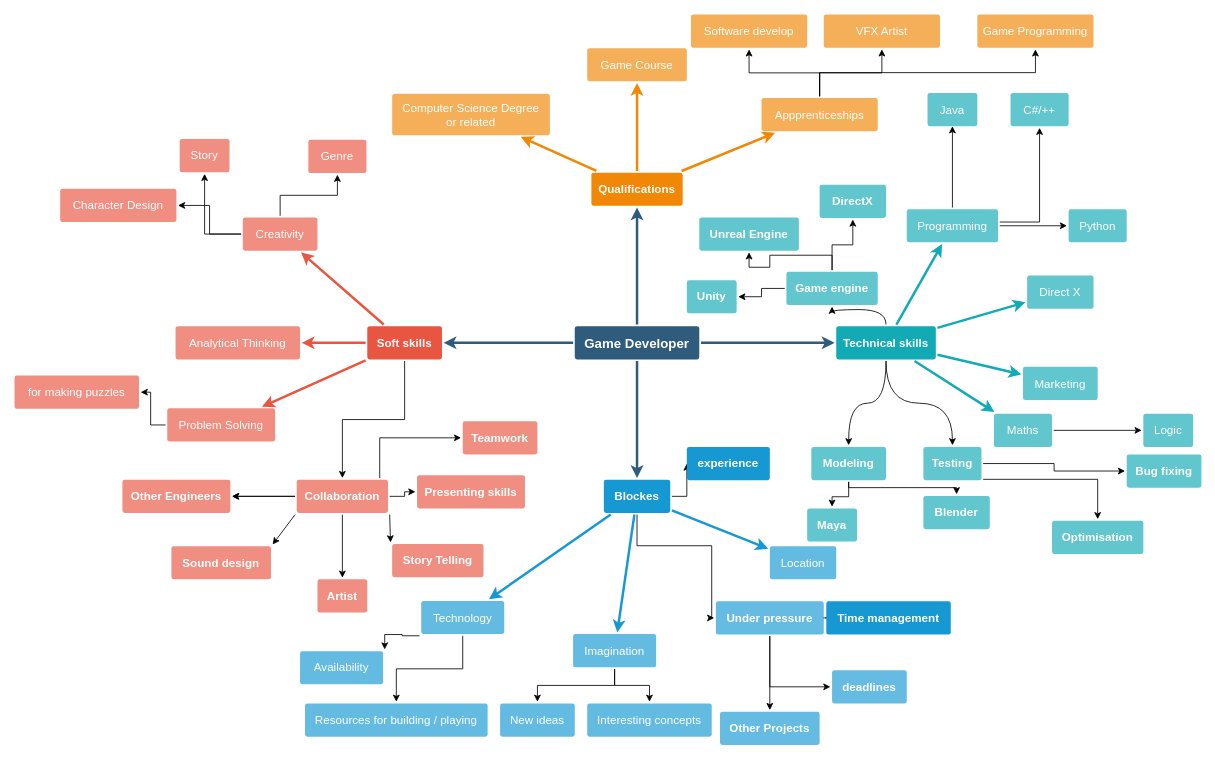
Earlier version of the draw.io diagram Week 8.drawio (luotn/CN6007). Source tidied: cells renumbered, new cells numbered last; positions are measured from the earlier drawing's top-left corner, leaving out a move shared by most shapes. Both pictures are drawn from the tidied source at 83%, with x=0, y=0 at pixel (14, 14).
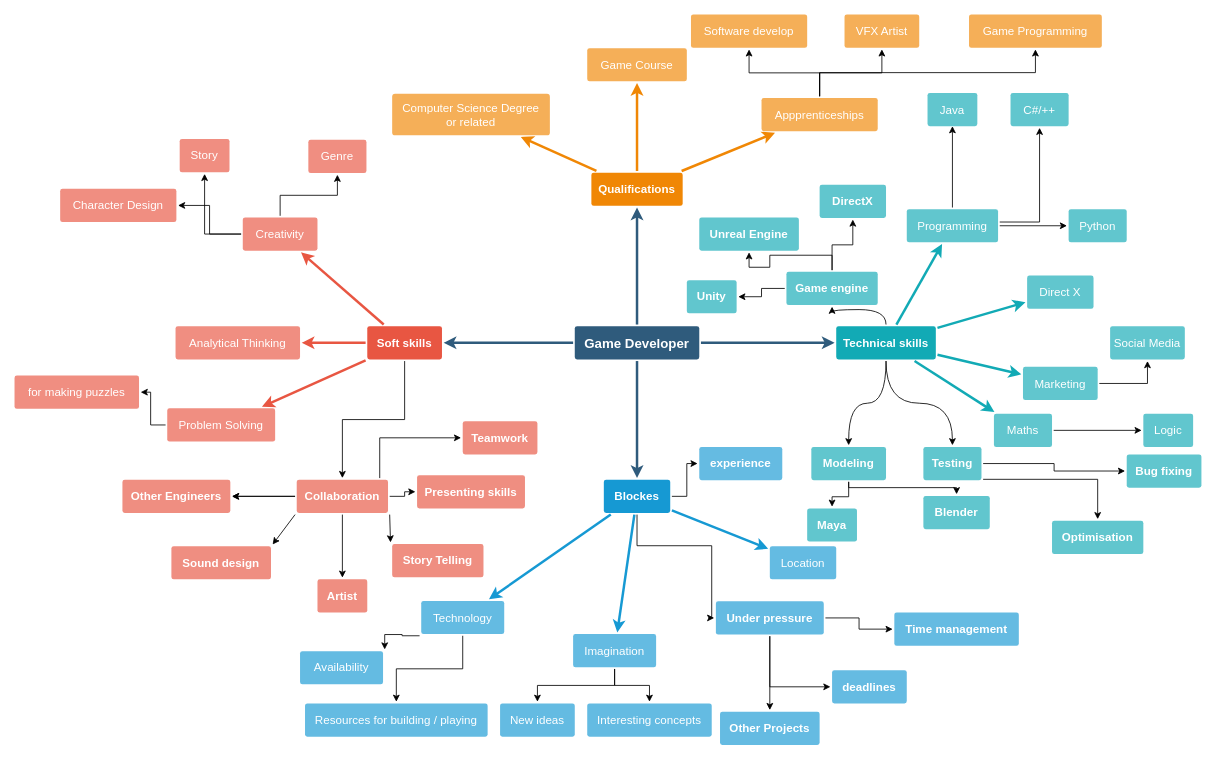
The same page after the edit.

Unchanged cells that the change refers to:
```xml
<mxCell id="49" value="Marketing" style="rounded=1;whiteSpace=wrap;html=1;shadow=0;labelBackgroundColor=none;strokeColor=none;strokeWidth=3;fillColor=#61c6ce;fontFamily=Helvetica;fontSize=14;fontColor=#FFFFFF;align=center;spacing=5;fontStyle=0;arcSize=7;perimeterSpacing=2;" parent="1" vertex="1">
  <mxGeometry x="1215" y="424.5" width="90" height="40" as="geometry" />
</mxCell>
```

What changed in the source:
```diff
@@
+    <mxCell id="112" style="edgeStyle=orthogonalEdgeStyle;rounded=0;jettySize=auto;html=1;" parent="1" edge="1" source="49" target="113">
+      <mxGeometry relative="1" as="geometry" />
+    </mxCell>
@@
-    <mxCell id="84" value="Time management" style="rounded=1;whiteSpace=wrap;html=1;shadow=0;labelBackgroundColor=none;strokeColor=none;strokeWidth=3;fillColor=#1699d3;fontFamily=Helvetica;fontSize=14;fontColor=#FFFFFF;align=center;spacing=5;fontStyle=1;arcSize=7;perimeterSpacing=2;" parent="1" vertex="1">
-      <mxGeometry x="978" y="707" width="150" height="40" as="geometry" />
+    <mxCell id="84" value="Time management" style="rounded=1;whiteSpace=wrap;html=1;shadow=0;labelBackgroundColor=none;strokeColor=none;strokeWidth=3;fillColor=#65bbe2;fontFamily=Helvetica;fontSize=14;fontColor=#FFFFFF;align=center;spacing=5;fontStyle=1;arcSize=7;perimeterSpacing=2;" parent="1" vertex="1">
+      <mxGeometry x="1060" y="720.5" width="150" height="40" as="geometry" />
     </mxCell>
@@
-    <mxCell id="93" value="experience" style="rounded=1;whiteSpace=wrap;html=1;shadow=0;labelBackgroundColor=none;strokeColor=none;strokeWidth=3;fillColor=#1699d3;fontFamily=Helvetica;fontSize=14;fontColor=#FFFFFF;align=center;spacing=5;fontStyle=1;arcSize=7;perimeterSpacing=2;" parent="1" vertex="1">
-      <mxGeometry x="810" y="521" width="100" height="40" as="geometry" />
+    <mxCell id="93" value="experience" style="rounded=1;whiteSpace=wrap;html=1;shadow=0;labelBackgroundColor=none;strokeColor=none;strokeWidth=3;fillColor=#65bbe2;fontFamily=Helvetica;fontSize=14;fontColor=#FFFFFF;align=center;spacing=5;fontStyle=1;arcSize=7;perimeterSpacing=2;" parent="1" vertex="1">
+      <mxGeometry x="825" y="521" width="100" height="40" as="geometry" />
     </mxCell>
@@
     <mxCell id="110" value="VFX Artist" style="rounded=1;whiteSpace=wrap;html=1;shadow=0;labelBackgroundColor=none;strokeColor=none;strokeWidth=3;fillColor=#f5af58;fontFamily=Helvetica;fontSize=14;fontColor=#FFFFFF;align=center;spacing=5;arcSize=7;perimeterSpacing=2;" parent="1" vertex="1">
-      <mxGeometry x="975" width="140" height="40" as="geometry" />
+      <mxGeometry x="1000" width="90" height="40" as="geometry" />
     </mxCell>
     <mxCell id="111" value="Game Programming" style="rounded=1;whiteSpace=wrap;html=1;shadow=0;labelBackgroundColor=none;strokeColor=none;strokeWidth=3;fillColor=#f5af58;fontFamily=Helvetica;fontSize=14;fontColor=#FFFFFF;align=center;spacing=5;arcSize=7;perimeterSpacing=2;" parent="1" vertex="1">
-      <mxGeometry x="1160" width="140" height="40" as="geometry" />
+      <mxGeometry x="1150" width="160" height="40" as="geometry" />
     </mxCell>
+    <mxCell id="113" value="Social Media" style="rounded=1;whiteSpace=wrap;html=1;shadow=0;labelBackgroundColor=none;strokeColor=none;strokeWidth=3;fillColor=#61c6ce;fontFamily=Helvetica;fontSize=14;fontColor=#FFFFFF;align=center;spacing=5;fontStyle=0;arcSize=7;perimeterSpacing=2;" parent="1" vertex="1">
+      <mxGeometry x="1320" y="375.5" width="90" height="40" as="geometry" />
+    </mxCell>
```
